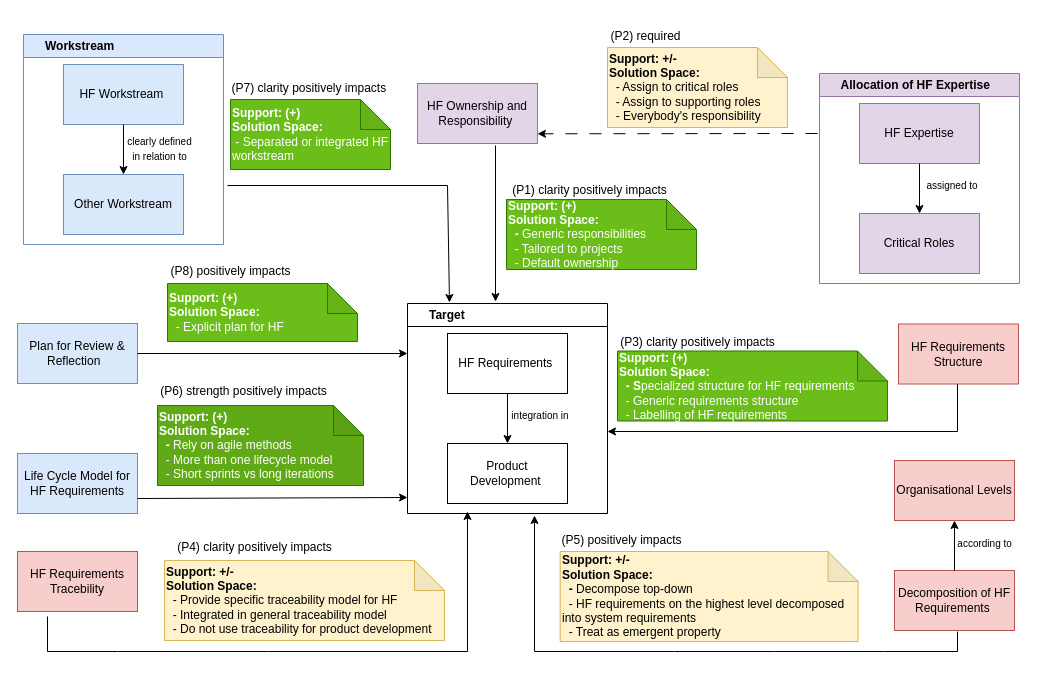
amnapir/Figures keeps this draw.io diagram as page "Page-5" (5 of 5) of HF Strategy.drawio. Above is the earlier version. Source tidied: cells renumbered, new cells numbered last; positions are measured from the earlier drawing's top-left corner, leaving out a move shared by most shapes. Both pictures are drawn from the tidied source at 100%, with x=0, y=0 at pixel (17, 17).
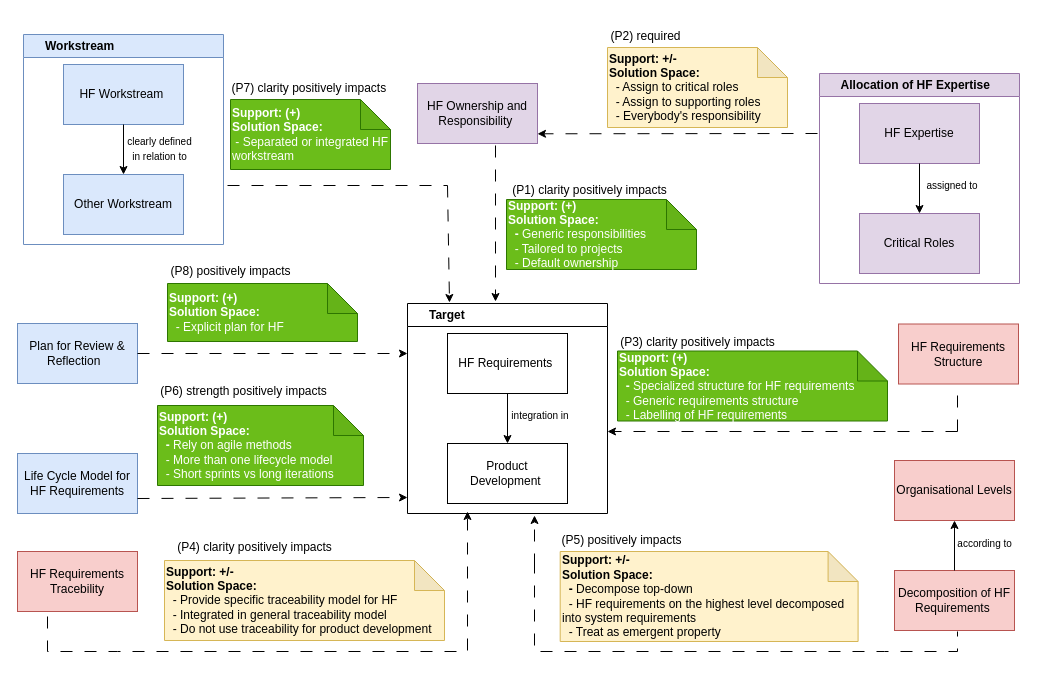
The same page after the edit.

Unchanged cells that the change refers to:
```xml
<mxCell id="3" value="Plan for Review &amp;amp; Reflection &amp;nbsp;" style="rounded=0;whiteSpace=wrap;html=1;fillColor=#dae8fc;strokeColor=#6c8ebf;" parent="1" vertex="1">
  <mxGeometry y="306" width="120" height="60" as="geometry" />
</mxCell>
<mxCell id="34" style="group;" parent="1" vertex="1">
  <mxGeometry x="140" y="358" width="206" height="110" as="geometry" />
</mxCell>
<mxCell id="40" style="group;" parent="1" vertex="1">
  <mxGeometry x="660" y="267.5" width="210" height="101" as="geometry" />
</mxCell>
<mxCell id="49" value="Life Cycle Model for HF Requirements" style="rounded=0;whiteSpace=wrap;html=1;fillColor=#dae8fc;strokeColor=#6c8ebf;" parent="1" vertex="1">
  <mxGeometry y="436" width="120" height="60" as="geometry" />
</mxCell>
```

Change to the diagram source:
```diff
@@
-    <mxCell id="4" style="endArrow=classic;html=1;rounded=0;exitX=1;exitY=0.5;exitDx=0;exitDy=0;" parent="1" edge="1" source="3">
+    <mxCell id="4" style="endArrow=classic;html=1;rounded=0;exitX=1;exitY=0.5;exitDx=0;exitDy=0;dashed=1;dashPattern=12 12;" parent="1" edge="1" source="3">
       <mxGeometry relative="1" as="geometry">
         <mxPoint x="390" y="336" as="targetPoint" />
       </mxGeometry>
     </mxCell>
-    <mxCell id="5" style="endArrow=classic;html=1;rounded=0;" parent="1" edge="1">
+    <mxCell id="5" style="endArrow=classic;html=1;rounded=0;dashed=1;dashPattern=12 12;" parent="1" edge="1">
       <mxGeometry relative="1" as="geometry">
         <mxPoint x="430" y="168" as="sourcePoint" />
         <mxPoint x="432" y="285" as="targetPoint" />
       </mxGeometry>
     </mxCell>
@@
-    <mxCell id="17" style="endArrow=classic;html=1;rounded=0;" parent="1" edge="1">
+    <mxCell id="17" style="endArrow=classic;html=1;rounded=0;dashed=1;dashPattern=12 12;" parent="1" edge="1">
       <mxGeometry relative="1" as="geometry">
         <mxPoint x="940" y="414" as="sourcePoint" />
         <mxPoint x="590" y="414" as="targetPoint" />
       </mxGeometry>
     </mxCell>
-    <mxCell id="18" style="endArrow=classic;html=1;rounded=0;" parent="1" edge="1">
+    <mxCell id="18" style="endArrow=classic;html=1;rounded=0;dashed=1;dashPattern=12 12;" parent="1" edge="1">
       <mxGeometry relative="1" as="geometry">
         <mxPoint x="517" y="548" as="sourcePoint" />
         <mxPoint x="517" y="498" as="targetPoint" />
       </mxGeometry>
     </mxCell>
@@
-    <mxCell id="25" style="endArrow=classic;html=1;rounded=0;" parent="1" edge="1">
+    <mxCell id="25" style="endArrow=classic;html=1;rounded=0;dashed=1;dashPattern=12 12;" parent="1" edge="1">
       <mxGeometry relative="1" as="geometry">
         <mxPoint x="478" y="128" as="sourcePoint" />
         <mxPoint x="478" y="284" as="targetPoint" />
       </mxGeometry>
     </mxCell>
-    <mxCell id="26" style="endArrow=none;html=1;rounded=0;" parent="1" edge="1">
+    <mxCell id="26" style="endArrow=none;html=1;rounded=0;dashed=1;dashPattern=12 12;" parent="1" edge="1">
       <mxGeometry relative="1" as="geometry">
         <mxPoint x="210" y="168" as="sourcePoint" />
         <mxPoint x="430" y="168" as="targetPoint" />
       </mxGeometry>
     </mxCell>
-    <mxCell id="27" style="endArrow=none;html=1;rounded=0;" parent="1" edge="1">
+    <mxCell id="27" style="endArrow=none;html=1;rounded=0;dashed=1;dashPattern=12 12;" parent="1" edge="1">
       <mxGeometry relative="1" as="geometry">
         <mxPoint x="517" y="544" as="sourcePoint" />
         <mxPoint x="940" y="614" as="targetPoint" />
         <Array as="points">
           <mxPoint x="517" y="634" />
           <mxPoint x="657" y="634" />
           <mxPoint x="757" y="634" />
           <mxPoint x="867" y="634" />
           <mxPoint x="940" y="634" />
         </Array>
       </mxGeometry>
     </mxCell>
@@
-    <mxCell id="35" value="&lt;b style=&quot;border-color: var(--border-color); caret-color: rgb(255, 255, 255);&quot;&gt;Support: (+)&lt;br style=&quot;border-color: var(--border-color);&quot;&gt;Solution Space:&lt;br style=&quot;border-color: var(--border-color);&quot;&gt;&amp;nbsp; -&amp;nbsp;&lt;/b&gt;Rely on agile methods&lt;div style=&quot;border-color: var(--border-color); caret-color: rgb(255, 255, 255);&quot;&gt;&amp;nbsp; - More than one lifecycle model&lt;/div&gt;&lt;div style=&quot;border-color: var(--border-color); caret-color: rgb(255, 255, 255);&quot;&gt;&amp;nbsp; - Short sprints vs long iterations&lt;/div&gt;" style="shape=note;whiteSpace=wrap;html=1;backgroundOutline=1;darkOpacity=0.05;size=30;align=left;fillColor=#60a917;strokeColor=#2D7600;fontColor=#ffffff;" parent="34" vertex="1">
+    <mxCell id="35" value="&lt;b style=&quot;border-color: var(--border-color); caret-color: rgb(255, 255, 255);&quot;&gt;Support: (+)&lt;br style=&quot;border-color: var(--border-color);&quot;&gt;Solution Space:&lt;br style=&quot;border-color: var(--border-color);&quot;&gt;&amp;nbsp; -&amp;nbsp;&lt;/b&gt;Rely on agile methods&lt;div style=&quot;border-color: var(--border-color); caret-color: rgb(255, 255, 255);&quot;&gt;&amp;nbsp; - More than one lifecycle model&lt;/div&gt;&lt;div style=&quot;border-color: var(--border-color); caret-color: rgb(255, 255, 255);&quot;&gt;&amp;nbsp; - Short sprints vs long iterations&lt;/div&gt;" style="shape=note;whiteSpace=wrap;html=1;backgroundOutline=1;darkOpacity=0.05;size=30;align=left;fillColor=#6BBD1A;strokeColor=#2D7600;fontColor=#ffffff;" parent="34" vertex="1">
       <mxGeometry y="30" width="206" height="80" as="geometry" />
     </mxCell>
@@
-    <mxCell id="41" value="&lt;b&gt;Support: (+)&lt;br&gt;Solution Space:&lt;br&gt;&amp;nbsp; - S&lt;/b&gt;pecialized structure for HF requirements&lt;div&gt;&amp;nbsp; - Generic requirements structure&lt;/div&gt;&lt;div&gt;&amp;nbsp; - Labelling of HF requirements&amp;nbsp;&lt;/div&gt;" style="shape=note;whiteSpace=wrap;html=1;backgroundOutline=1;darkOpacity=0.05;size=30;align=left;fillColor=#6BBD1A;strokeColor=#2D7600;fontColor=#ffffff;" parent="40" vertex="1">
+    <mxCell id="41" value="&lt;b&gt;Support: (+)&lt;br&gt;Solution Space:&lt;br&gt;&amp;nbsp; - &lt;/b&gt;Specialized structure for HF requirements&lt;div&gt;&amp;nbsp; - Generic requirements structure&lt;/div&gt;&lt;div&gt;&amp;nbsp; - Labelling of HF requirements&amp;nbsp;&lt;/div&gt;" style="shape=note;whiteSpace=wrap;html=1;backgroundOutline=1;darkOpacity=0.05;size=30;align=left;fillColor=#6BBD1A;strokeColor=#2D7600;fontColor=#ffffff;" parent="40" vertex="1">
       <mxGeometry x="-60" y="66" width="270" height="70" as="geometry" />
     </mxCell>
@@
-    <mxCell id="51" style="endArrow=classic;html=1;rounded=0;" parent="1" edge="1">
+    <mxCell id="51" style="endArrow=classic;html=1;rounded=0;dashed=1;dashPattern=12 12;" parent="1" edge="1">
       <mxGeometry relative="1" as="geometry">
         <mxPoint x="30" y="599" as="sourcePoint" />
         <mxPoint x="450" y="494" as="targetPoint" />
         <Array as="points">
           <mxPoint x="30" y="634" />
           <mxPoint x="100" y="634" />
           <mxPoint x="250" y="634" />
           <mxPoint x="450" y="634" />
         </Array>
       </mxGeometry>
     </mxCell>
@@
-    <mxCell id="55" style="endArrow=classic;html=1;rounded=0;exitX=1;exitY=0.75;exitDx=0;exitDy=0;" parent="1" edge="1" source="49">
+    <mxCell id="55" style="endArrow=classic;html=1;rounded=0;exitX=1;exitY=0.75;exitDx=0;exitDy=0;dashed=1;dashPattern=12 12;" parent="1" edge="1" source="49">
       <mxGeometry relative="1" as="geometry">
         <mxPoint x="390" y="480" as="targetPoint" />
       </mxGeometry>
     </mxCell>
-    <mxCell id="56" style="endArrow=none;html=1;rounded=0;entryX=0.5;entryY=1;entryDx=0;entryDy=0;" parent="1" edge="1">
+    <mxCell id="56" style="endArrow=none;html=1;rounded=0;entryX=0.5;entryY=1;entryDx=0;entryDy=0;dashed=1;dashPattern=12 12;" parent="1" edge="1">
       <mxGeometry relative="1" as="geometry">
         <mxPoint x="940" y="414" as="sourcePoint" />
         <mxPoint x="940" y="366.5" as="targetPoint" />
       </mxGeometry>
     </mxCell>
```
